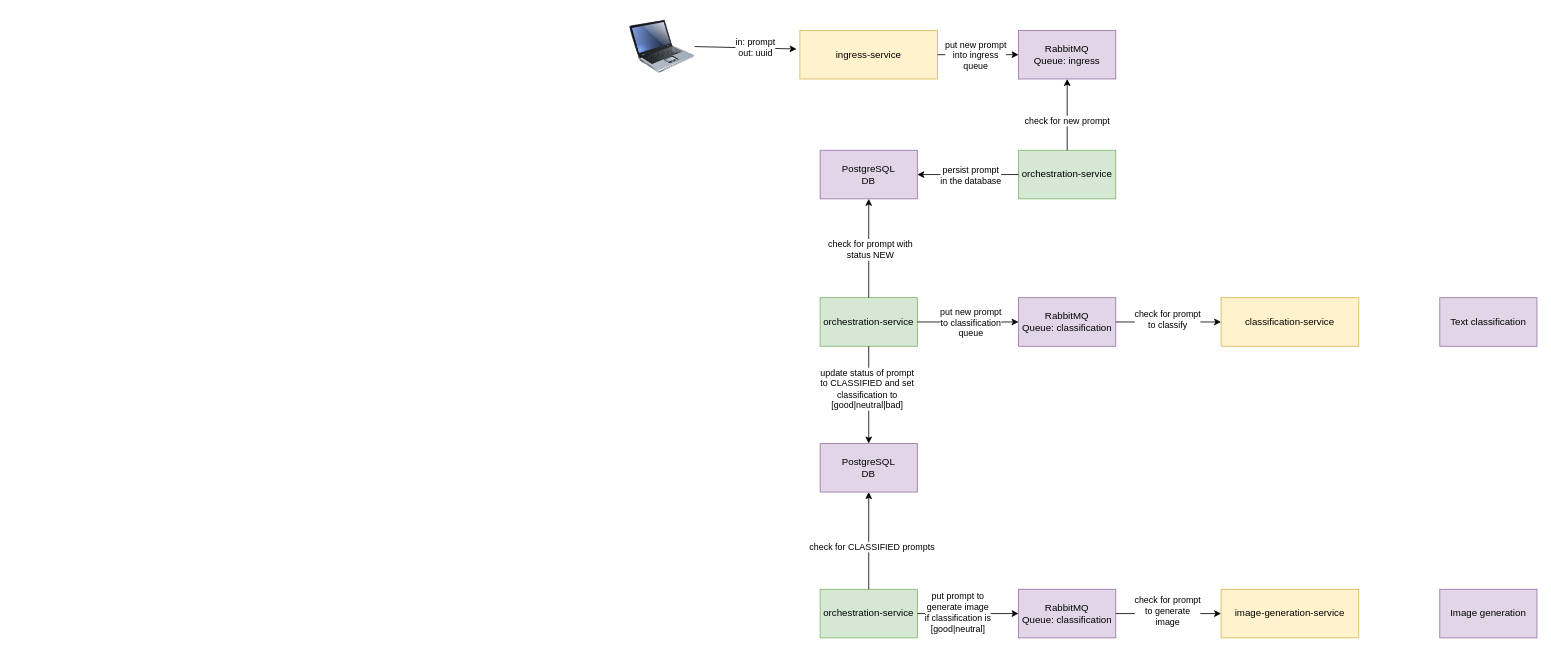
The draw.io diagram docs/components.drawio in wreiner/FHJ-image-gen-microservices, before the edit. Source tidied: cells renumbered, new cells numbered last; positions are measured from the earlier drawing's top-left corner, leaving out a move shared by most shapes. Both pictures are drawn from the tidied source at 81%, with x=0, y=0 at pixel (629, 14).
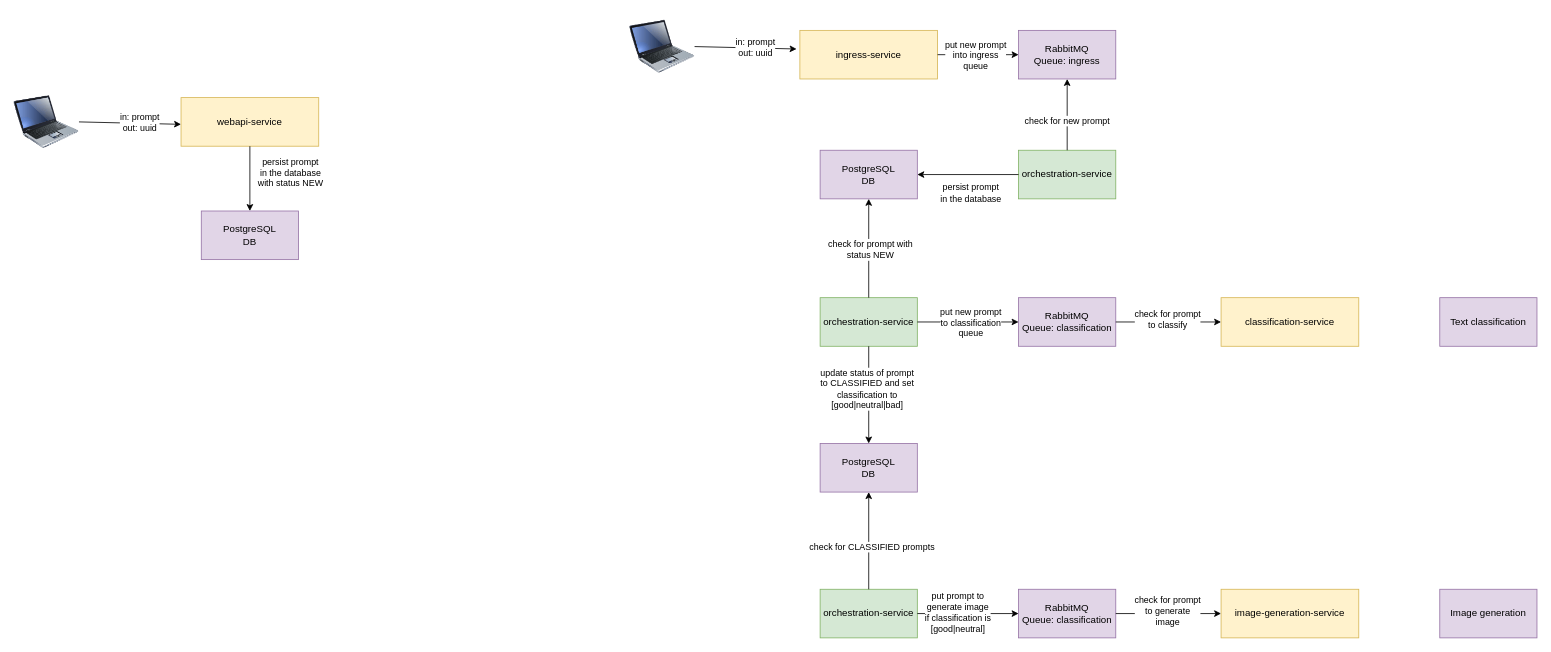
The same page after the edit.

The change refers to these unchanged cells:
```xml
<mxCell id="15" style="endArrow=classic;html=1;rounded=0;exitX=0;exitY=0.5;exitDx=0;exitDy=0;entryX=1;entryY=0.5;entryDx=0;entryDy=0;" parent="1" edge="1" source="4" target="3">
  <mxGeometry relative="1" as="geometry" />
</mxCell>
```

What changed in the source:
```diff
@@
     <mxCell id="16" value="persist prompt&lt;br&gt;in the database" style="edgeLabel;html=1;align=center;verticalAlign=middle;" parent="15" vertex="1">
       <mxGeometry x="0.23" y="-3" relative="1" as="geometry">
-        <mxPoint x="17" y="3" as="offset" />
+        <mxPoint x="17" y="25" as="offset" />
       </mxGeometry>
     </mxCell>
@@
+    <mxCell id="38" value="PostgreSQL&lt;br&gt;DB" style="rounded=0;whiteSpace=wrap;html=1;fillColor=#e1d5e7;strokeColor=#9673a6;" parent="1" vertex="1">
+      <mxGeometry x="-529" y="243" width="120" height="60" as="geometry" />
+    </mxCell>
+    <mxCell id="39" value="webapi-service" style="rounded=0;whiteSpace=wrap;html=1;fillColor=#fff2cc;strokeColor=#d6b656;" parent="1" vertex="1">
+      <mxGeometry x="-554" y="103" width="170" height="60" as="geometry" />
+    </mxCell>
+    <mxCell id="40" style="image;html=1;image=img/lib/clip_art/computers/Laptop_128x128.png;" parent="1" vertex="1">
+      <mxGeometry x="-760" y="93" width="80" height="80" as="geometry" />
+    </mxCell>
+    <mxCell id="41" style="endArrow=classic;html=1;rounded=0;exitX=1;exitY=0.5;exitDx=0;exitDy=0;entryX=-0.024;entryY=0.383;entryDx=0;entryDy=0;entryPerimeter=0;" parent="1" edge="1" source="40">
+      <mxGeometry relative="1" as="geometry">
+        <mxPoint x="-554" y="136" as="targetPoint" />
+      </mxGeometry>
+    </mxCell>
+    <mxCell id="42" value="in: prompt&lt;br&gt;out: uuid" style="edgeLabel;html=1;align=center;verticalAlign=middle;" parent="41" vertex="1">
+      <mxGeometry x="0.17" y="1" relative="1" as="geometry" />
+    </mxCell>
+    <mxCell id="43" style="endArrow=classic;html=1;rounded=0;exitX=0.5;exitY=1;exitDx=0;exitDy=0;entryX=0.5;entryY=0;entryDx=0;entryDy=0;" parent="1" edge="1" source="39" target="38">
+      <mxGeometry relative="1" as="geometry" />
+    </mxCell>
+    <mxCell id="44" value="persist prompt&lt;br&gt;in the database&lt;div&gt;with status NEW&lt;/div&gt;" style="edgeLabel;html=1;align=center;verticalAlign=middle;" parent="43" vertex="1">
+      <mxGeometry x="-0.2" y="-3" relative="1" as="geometry">
+        <mxPoint x="52" as="offset" />
+      </mxGeometry>
+    </mxCell>
```
